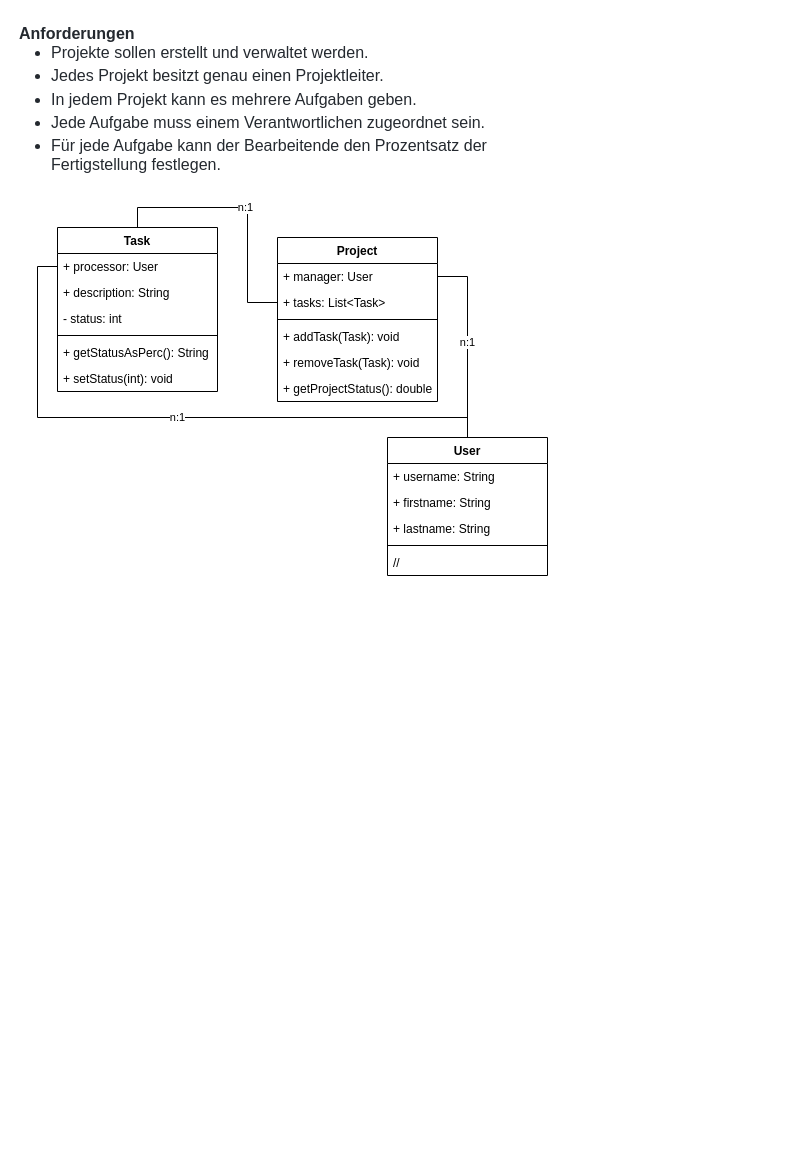
Before: 20220302_projektmanagement/klassendiagramm-beispiel.drawio in wwi21ama-prog/prog2-inhalte, a draw.io diagram. Source tidied: cells renumbered, new cells numbered last; positions are measured from the earlier drawing's top-left corner, leaving out a move shared by most shapes. Both pictures are drawn from the tidied source at 100%, with x=0, y=0 at pixel (17, 17).
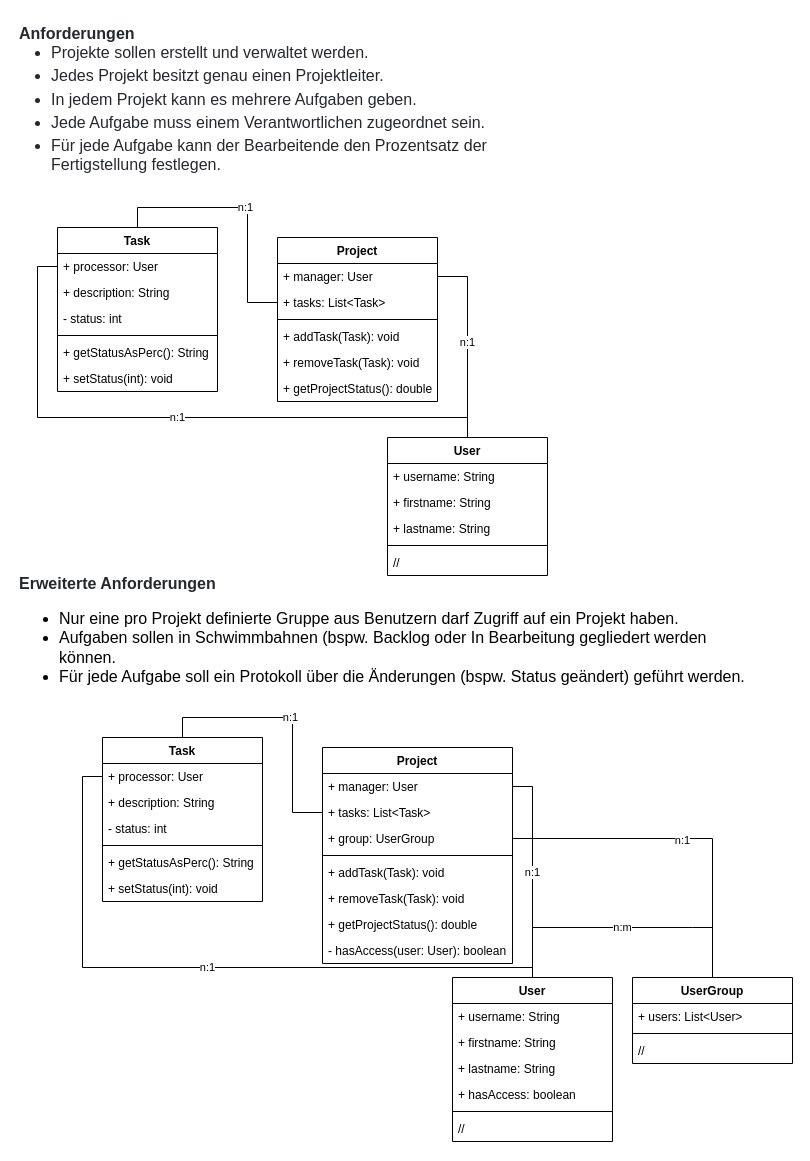
Above is the later version.

Commit message (it also covers changes not shown here):
Klassendiagramm inkl. PM-Zusatzaufgaben

What changed in the source:
```diff
@@
+    <mxCell id="26" value="&lt;div&gt;&lt;b style=&quot;color: rgb(36 , 41 , 47) ; font-size: 16px&quot;&gt;Erweiterte Anforderungen&lt;/b&gt;&lt;span style=&quot;font-size: 16px&quot;&gt;&lt;br&gt;&lt;/span&gt;&lt;/div&gt;&lt;ul style=&quot;font-size: 16px&quot;&gt;&lt;li&gt;Nur eine pro Projekt definierte Gruppe aus Benutzern darf Zugriff auf ein Projekt haben.&lt;/li&gt;&lt;li&gt;Aufgaben sollen in Schwimmbahnen (bspw. Backlog oder In Bearbeitung gegliedert werden können.&lt;/li&gt;&lt;li&gt;Für jede Aufgabe soll ein Protokoll über die Änderungen (bspw. Status geändert) geführt werden.&lt;/li&gt;&lt;/ul&gt;" style="text;whiteSpace=wrap;html=1;" parent="1" vertex="1">
+      <mxGeometry y="550" width="730" height="190" as="geometry" />
+    </mxCell>
+    <mxCell id="27" value="Project" style="swimlane;fontStyle=1;align=center;verticalAlign=top;horizontal=1;startSize=26;" parent="1" vertex="1">
+      <mxGeometry x="305" y="730" width="190" height="216" as="geometry" />
+    </mxCell>
+    <mxCell id="28" value="+ manager: User" style="text;strokeColor=none;fillColor=none;align=left;verticalAlign=top;spacingLeft=4;spacingRight=4;overflow=hidden;points=[[0,0.5],[1,0.5]];portConstraint=eastwest;" parent="27" vertex="1">
+      <mxGeometry y="26" width="190" height="26" as="geometry" />
+    </mxCell>
+    <mxCell id="29" value="+ tasks: List&lt;Task&gt;" style="text;strokeColor=none;fillColor=none;align=left;verticalAlign=top;spacingLeft=4;spacingRight=4;overflow=hidden;points=[[0,0.5],[1,0.5]];portConstraint=eastwest;" parent="27" vertex="1">
+      <mxGeometry y="52" width="190" height="26" as="geometry" />
+    </mxCell>
+    <mxCell id="30" value="+ group: UserGroup" style="text;strokeColor=none;fillColor=none;align=left;verticalAlign=top;spacingLeft=4;spacingRight=4;overflow=hidden;points=[[0,0.5],[1,0.5]];portConstraint=eastwest;" parent="27" vertex="1">
+      <mxGeometry y="78" width="190" height="26" as="geometry" />
+    </mxCell>
+    <mxCell id="31" style="line;strokeWidth=1;fillColor=none;align=left;verticalAlign=middle;spacingTop=-1;spacingLeft=3;spacingRight=3;labelPosition=right;" parent="27" vertex="1">
+      <mxGeometry y="104" width="190" height="8" as="geometry" />
+    </mxCell>
+    <mxCell id="32" value="+ addTask(Task): void" style="text;strokeColor=none;fillColor=none;align=left;verticalAlign=top;spacingLeft=4;spacingRight=4;overflow=hidden;" parent="27" vertex="1">
+      <mxGeometry y="112" width="190" height="26" as="geometry" />
+    </mxCell>
+    <mxCell id="33" value="+ removeTask(Task): void" style="text;strokeColor=none;fillColor=none;align=left;verticalAlign=top;spacingLeft=4;spacingRight=4;overflow=hidden;" parent="27" vertex="1">
+      <mxGeometry y="138" width="190" height="26" as="geometry" />
+    </mxCell>
+    <mxCell id="34" value="+ getProjectStatus(): double" style="text;strokeColor=none;fillColor=none;align=left;verticalAlign=top;spacingLeft=4;spacingRight=4;overflow=hidden;" parent="27" vertex="1">
+      <mxGeometry y="164" width="190" height="26" as="geometry" />
+    </mxCell>
+    <mxCell id="35" value="- hasAccess(user: User): boolean" style="text;strokeColor=none;fillColor=none;align=left;verticalAlign=top;spacingLeft=4;spacingRight=4;overflow=hidden;" parent="27" vertex="1">
+      <mxGeometry y="190" width="190" height="26" as="geometry" />
+    </mxCell>
+    <mxCell id="36" value="n:1" style="edgeStyle=orthogonalEdgeStyle;rounded=0;jettySize=auto;html=1;exitX=0.5;exitY=0;exitDx=0;exitDy=0;entryX=0;entryY=0.5;entryDx=0;entryDy=0;endArrow=none;endFill=0;" parent="1" edge="1" source="37" target="29">
+      <mxGeometry relative="1" as="geometry" />
+    </mxCell>
+    <mxCell id="37" value="Task" style="swimlane;fontStyle=1;align=center;verticalAlign=top;horizontal=1;startSize=26;" parent="1" vertex="1">
+      <mxGeometry x="85" y="720" width="160" height="164" as="geometry" />
+    </mxCell>
+    <mxCell id="38" value="+ processor: User" style="text;strokeColor=none;fillColor=none;align=left;verticalAlign=top;spacingLeft=4;spacingRight=4;overflow=hidden;points=[[0,0.5],[1,0.5]];portConstraint=eastwest;" parent="37" vertex="1">
+      <mxGeometry y="26" width="160" height="26" as="geometry" />
+    </mxCell>
+    <mxCell id="39" value="+ description: String" style="text;strokeColor=none;fillColor=none;align=left;verticalAlign=top;spacingLeft=4;spacingRight=4;overflow=hidden;" parent="37" vertex="1">
+      <mxGeometry y="52" width="160" height="26" as="geometry" />
+    </mxCell>
+    <mxCell id="40" value="- status: int" style="text;strokeColor=none;fillColor=none;align=left;verticalAlign=top;spacingLeft=4;spacingRight=4;overflow=hidden;" parent="37" vertex="1">
+      <mxGeometry y="78" width="160" height="26" as="geometry" />
+    </mxCell>
+    <mxCell id="41" style="line;strokeWidth=1;fillColor=none;align=left;verticalAlign=middle;spacingTop=-1;spacingLeft=3;spacingRight=3;labelPosition=right;" parent="37" vertex="1">
+      <mxGeometry y="104" width="160" height="8" as="geometry" />
+    </mxCell>
+    <mxCell id="42" value="+ getStatusAsPerc(): String" style="text;strokeColor=none;fillColor=none;align=left;verticalAlign=top;spacingLeft=4;spacingRight=4;overflow=hidden;" parent="37" vertex="1">
+      <mxGeometry y="112" width="160" height="26" as="geometry" />
+    </mxCell>
+    <mxCell id="43" value="+ setStatus(int): void" style="text;strokeColor=none;fillColor=none;align=left;verticalAlign=top;spacingLeft=4;spacingRight=4;overflow=hidden;" parent="37" vertex="1">
+      <mxGeometry y="138" width="160" height="26" as="geometry" />
+    </mxCell>
+    <mxCell id="44" value="User" style="swimlane;fontStyle=1;align=center;verticalAlign=top;horizontal=1;startSize=26;" parent="1" vertex="1">
+      <mxGeometry x="435" y="960" width="160" height="164" as="geometry" />
+    </mxCell>
+    <mxCell id="45" value="+ username: String" style="text;strokeColor=none;fillColor=none;align=left;verticalAlign=top;spacingLeft=4;spacingRight=4;overflow=hidden;" parent="44" vertex="1">
+      <mxGeometry y="26" width="160" height="26" as="geometry" />
+    </mxCell>
+    <mxCell id="46" value="+ firstname: String" style="text;strokeColor=none;fillColor=none;align=left;verticalAlign=top;spacingLeft=4;spacingRight=4;overflow=hidden;" parent="44" vertex="1">
+      <mxGeometry y="52" width="160" height="26" as="geometry" />
+    </mxCell>
+    <mxCell id="47" value="+ lastname: String" style="text;strokeColor=none;fillColor=none;align=left;verticalAlign=top;spacingLeft=4;spacingRight=4;overflow=hidden;" parent="44" vertex="1">
+      <mxGeometry y="78" width="160" height="26" as="geometry" />
+    </mxCell>
+    <mxCell id="48" value="+ hasAccess: boolean" style="text;strokeColor=none;fillColor=none;align=left;verticalAlign=top;spacingLeft=4;spacingRight=4;overflow=hidden;" parent="44" vertex="1">
+      <mxGeometry y="104" width="160" height="26" as="geometry" />
+    </mxCell>
+    <mxCell id="49" style="line;strokeWidth=1;fillColor=none;align=left;verticalAlign=middle;spacingTop=-1;spacingLeft=3;spacingRight=3;labelPosition=right;" parent="44" vertex="1">
+      <mxGeometry y="130" width="160" height="8" as="geometry" />
+    </mxCell>
+    <mxCell id="50" value="//" style="text;strokeColor=none;fillColor=none;align=left;verticalAlign=top;spacingLeft=4;spacingRight=4;overflow=hidden;" parent="44" vertex="1">
+      <mxGeometry y="138" width="160" height="26" as="geometry" />
+    </mxCell>
+    <mxCell id="51" value="n:1" style="edgeStyle=orthogonalEdgeStyle;rounded=0;jettySize=auto;html=1;exitX=1;exitY=0.5;exitDx=0;exitDy=0;endArrow=none;endFill=0;" parent="1" edge="1" source="28" target="44">
+      <mxGeometry relative="1" as="geometry" />
+    </mxCell>
+    <mxCell id="52" value="n:1" style="edgeStyle=orthogonalEdgeStyle;rounded=0;jettySize=auto;html=1;exitX=0;exitY=0.5;exitDx=0;exitDy=0;entryX=0.5;entryY=0;entryDx=0;entryDy=0;endArrow=none;endFill=0;" parent="1" edge="1" source="38" target="44">
+      <mxGeometry relative="1" as="geometry">
+        <Array as="points">
+          <mxPoint x="65" y="759" />
+          <mxPoint x="65" y="950" />
+          <mxPoint x="515" y="950" />
+        </Array>
+      </mxGeometry>
+    </mxCell>
+    <mxCell id="53" value="UserGroup" style="swimlane;fontStyle=1;align=center;verticalAlign=top;horizontal=1;startSize=26;" parent="1" vertex="1">
+      <mxGeometry x="615" y="960" width="160" height="86" as="geometry" />
+    </mxCell>
+    <mxCell id="54" value="+ users: List&lt;User&gt;" style="text;strokeColor=none;fillColor=none;align=left;verticalAlign=top;spacingLeft=4;spacingRight=4;overflow=hidden;" parent="53" vertex="1">
+      <mxGeometry y="26" width="160" height="26" as="geometry" />
+    </mxCell>
+    <mxCell id="55" style="line;strokeWidth=1;fillColor=none;align=left;verticalAlign=middle;spacingTop=-1;spacingLeft=3;spacingRight=3;labelPosition=right;" parent="53" vertex="1">
+      <mxGeometry y="52" width="160" height="8" as="geometry" />
+    </mxCell>
+    <mxCell id="56" value="//" style="text;strokeColor=none;fillColor=none;align=left;verticalAlign=top;spacingLeft=4;spacingRight=4;overflow=hidden;" parent="53" vertex="1">
+      <mxGeometry y="60" width="160" height="26" as="geometry" />
+    </mxCell>
+    <mxCell id="57" value="n:m" style="edgeStyle=orthogonalEdgeStyle;rounded=0;jettySize=auto;html=1;exitX=0.5;exitY=0;exitDx=0;exitDy=0;endArrow=none;endFill=0;entryX=0.5;entryY=0;entryDx=0;entryDy=0;" parent="1" edge="1" source="53" target="44">
+      <mxGeometry relative="1" as="geometry">
+        <Array as="points">
+          <mxPoint x="675" y="910" />
+          <mxPoint x="495" y="910" />
+        </Array>
+      </mxGeometry>
+    </mxCell>
+    <mxCell id="58" value="&lt;font style=&quot;font-size: 11px&quot;&gt;n:1&lt;/font&gt;" style="edgeStyle=orthogonalEdgeStyle;rounded=0;jettySize=auto;html=1;exitX=1;exitY=0.5;exitDx=0;exitDy=0;fontSize=16;endArrow=none;endFill=0;" parent="1" edge="1" source="30" target="53">
+      <mxGeometry relative="1" as="geometry" />
+    </mxCell>
```
